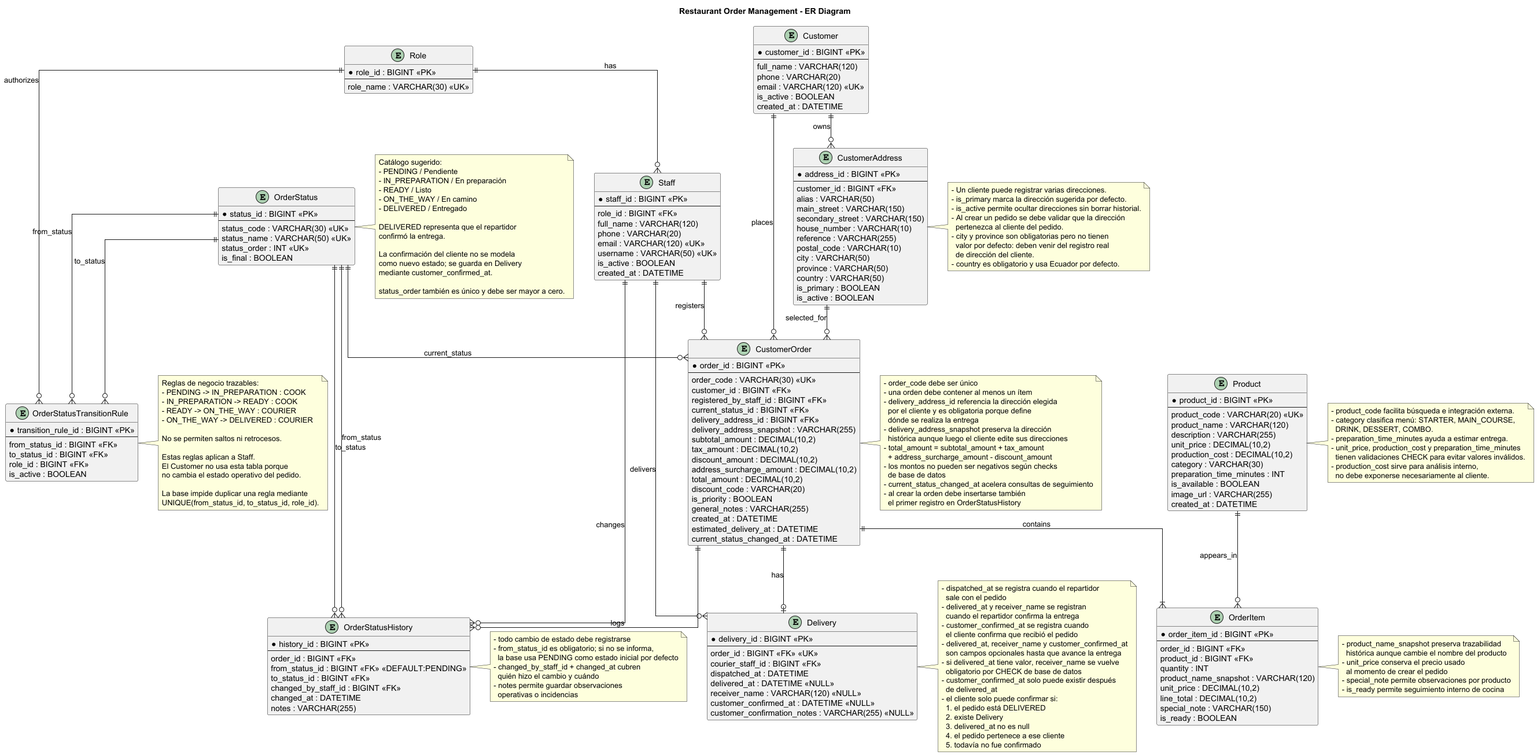
Before: assets/ER Diagram.png, a diagram exported from PlantUML (michael-lxndr/AP-first-bimester-project).
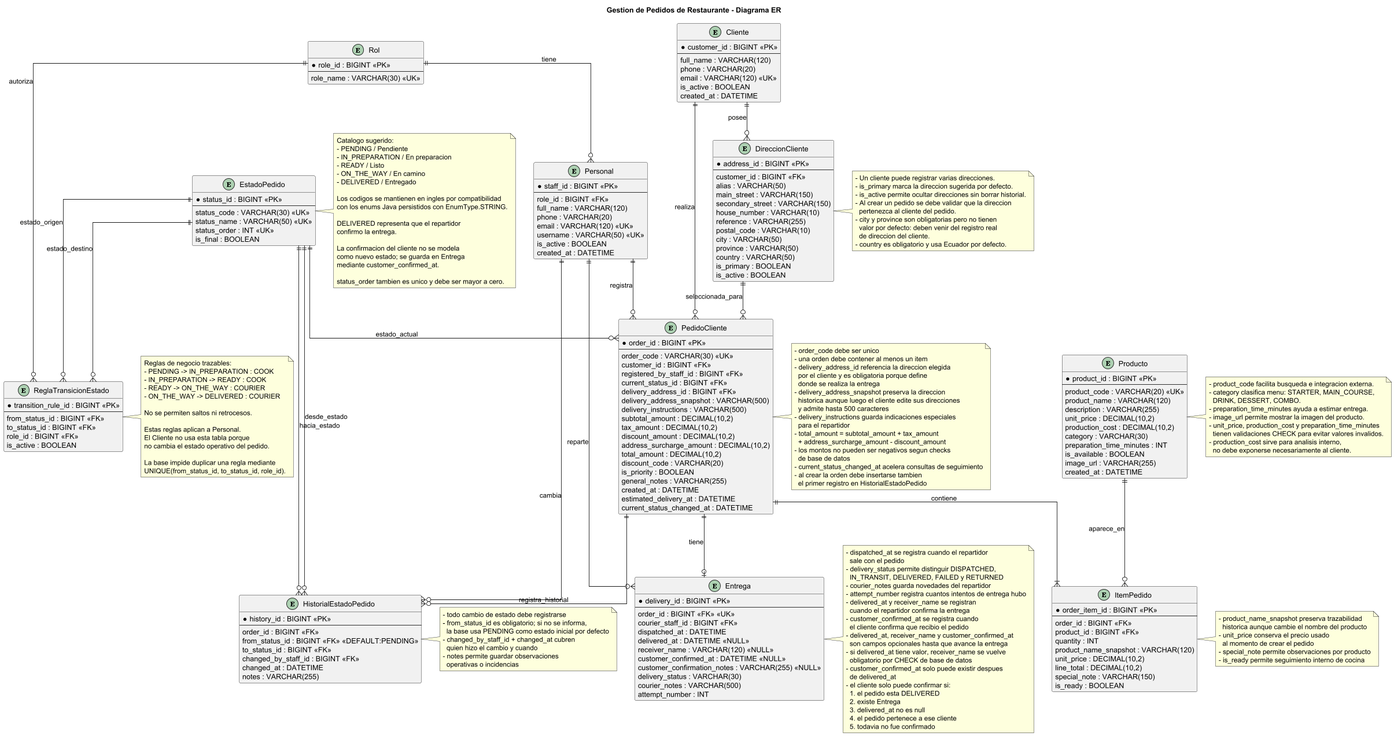
After the change.

Commit message:
refactor(database): translate schema and comments from English to Spanish, align with updated project language conventions

What changed in the source:
```diff
@@ -1,17 +1,17 @@
 @startuml ER Diagram
-title Restaurant Order Management - ER Diagram
+title Gestion de Pedidos de Restaurante - Diagrama ER
 
 hide methods
 hide stereotypes
 skinparam linetype ortho
 
-entity "Role" as Role {
+entity "Rol" as Role {
   *role_id : BIGINT <<PK>>
   --
   role_name : VARCHAR(30) <<UK>>
 }
 
-entity "Staff" as Staff {
+entity "Personal" as Staff {
   *staff_id : BIGINT <<PK>>
   --
   role_id : BIGINT <<FK>>
@@ -23,7 +23,7 @@
   created_at : DATETIME
 }
 
-entity "Customer" as Customer {
+entity "Cliente" as Customer {
   *customer_id : BIGINT <<PK>>
   --
   full_name : VARCHAR(120)
@@ -33,7 +33,7 @@
   created_at : DATETIME
 }
 
-entity "CustomerAddress" as CustomerAddress {
+entity "DireccionCliente" as CustomerAddress {
   *address_id : BIGINT <<PK>>
   --
   customer_id : BIGINT <<FK>>
@@ -50,7 +50,7 @@
   is_active : BOOLEAN
 }
 
-entity "Product" as Product {
+entity "Producto" as Product {
   *product_id : BIGINT <<PK>>
   --
   product_code : VARCHAR(20) <<UK>>
@@ -65,7 +65,7 @@
   created_at : DATETIME
 }
 
-entity "OrderStatus" as OrderStatus {
+entity "EstadoPedido" as OrderStatus {
   *status_id : BIGINT <<PK>>
   --
   status_code : VARCHAR(30) <<UK>>
@@ -74,7 +74,7 @@
   is_final : BOOLEAN
 }
 
-entity "OrderStatusTransitionRule" as OrderStatusTransitionRule {
+entity "ReglaTransicionEstado" as OrderStatusTransitionRule {
   *transition_rule_id : BIGINT <<PK>>
   --
   from_status_id : BIGINT <<FK>>
@@ -83,7 +83,7 @@
   is_active : BOOLEAN
 }
 
-entity "CustomerOrder" as CustomerOrder {
+entity "PedidoCliente" as CustomerOrder {
   *order_id : BIGINT <<PK>>
   --
   order_code : VARCHAR(30) <<UK>>
@@ -91,7 +91,8 @@
   registered_by_staff_id : BIGINT <<FK>>
   current_status_id : BIGINT <<FK>>
   delivery_address_id : BIGINT <<FK>>
-  delivery_address_snapshot : VARCHAR(255)
+  delivery_address_snapshot : VARCHAR(500)
+  delivery_instructions : VARCHAR(500)
   subtotal_amount : DECIMAL(10,2)
   tax_amount : DECIMAL(10,2)
   discount_amount : DECIMAL(10,2)
@@ -105,7 +106,7 @@
   current_status_changed_at : DATETIME
 }
 
-entity "OrderItem" as OrderItem {
+entity "ItemPedido" as OrderItem {
   *order_item_id : BIGINT <<PK>>
   --
   order_id : BIGINT <<FK>>
@@ -118,7 +119,7 @@
   is_ready : BOOLEAN
 }
 
-entity "OrderStatusHistory" as OrderStatusHistory {
+entity "HistorialEstadoPedido" as OrderStatusHistory {
   *history_id : BIGINT <<PK>>
   --
   order_id : BIGINT <<FK>>
@@ -129,7 +130,7 @@
   notes : VARCHAR(255)
 }
 
-entity "Delivery" as Delivery {
+entity "Entrega" as Delivery {
   *delivery_id : BIGINT <<PK>>
   --
   order_id : BIGINT <<FK>> <<UK>>
@@ -139,87 +140,97 @@
   receiver_name : VARCHAR(120) <<NULL>>
   customer_confirmed_at : DATETIME <<NULL>>
   customer_confirmation_notes : VARCHAR(255) <<NULL>>
+  delivery_status : VARCHAR(30)
+  courier_notes : VARCHAR(500)
+  attempt_number : INT
 }
 
-Role ||--o{ Staff : has
-Role ||--o{ OrderStatusTransitionRule : authorizes
+Role ||--o{ Staff : tiene
+Role ||--o{ OrderStatusTransitionRule : autoriza
 
-Customer ||--o{ CustomerOrder : places
-Customer ||--o{ CustomerAddress : owns
-CustomerAddress ||--o{ CustomerOrder : selected_for
+Customer ||--o{ CustomerOrder : realiza
+Customer ||--o{ CustomerAddress : posee
+CustomerAddress ||--o{ CustomerOrder : seleccionada_para
 
-Staff ||--o{ CustomerOrder : registers
-Staff ||--o{ OrderStatusHistory : changes
-Staff ||--o{ Delivery : delivers
+Staff ||--o{ CustomerOrder : registra
+Staff ||--o{ OrderStatusHistory : cambia
+Staff ||--o{ Delivery : reparte
 
-OrderStatus ||--o{ CustomerOrder : current_status
-OrderStatus ||--o{ OrderStatusTransitionRule : from_status
-OrderStatus ||--o{ OrderStatusTransitionRule : to_status
-OrderStatus ||--o{ OrderStatusHistory : from_status
-OrderStatus ||--o{ OrderStatusHistory : to_status
+OrderStatus ||--o{ CustomerOrder : estado_actual
+OrderStatus ||--o{ OrderStatusTransitionRule : estado_origen
+OrderStatus ||--o{ OrderStatusTransitionRule : estado_destino
+OrderStatus ||--o{ OrderStatusHistory : desde_estado
+OrderStatus ||--o{ OrderStatusHistory : hacia_estado
 
-CustomerOrder ||--|{ OrderItem : contains
-CustomerOrder ||--o{ OrderStatusHistory : logs
-CustomerOrder ||--o| Delivery : has
+CustomerOrder ||--|{ OrderItem : contiene
+CustomerOrder ||--o{ OrderStatusHistory : registra_historial
+CustomerOrder ||--o| Delivery : tiene
 
-Product ||--o{ OrderItem : appears_in
+Product ||--o{ OrderItem : aparece_en
 
 note right of CustomerOrder
-- order_code debe ser único
-- una orden debe contener al menos un ítem
-- delivery_address_id referencia la dirección elegida
+- order_code debe ser unico
+- una orden debe contener al menos un item
+- delivery_address_id referencia la direccion elegida
   por el cliente y es obligatoria porque define
-  dónde se realiza la entrega
-- delivery_address_snapshot preserva la dirección
-  histórica aunque luego el cliente edite sus direcciones
+  donde se realiza la entrega
+- delivery_address_snapshot preserva la direccion
+  historica aunque luego el cliente edite sus direcciones
+  y admite hasta 500 caracteres
+- delivery_instructions guarda indicaciones especiales
+  para el repartidor
 - total_amount = subtotal_amount + tax_amount
   + address_surcharge_amount - discount_amount
-- los montos no pueden ser negativos según checks
+- los montos no pueden ser negativos segun checks
   de base de datos
 - current_status_changed_at acelera consultas de seguimiento
-- al crear la orden debe insertarse también
-  el primer registro en OrderStatusHistory
+- al crear la orden debe insertarse tambien
+  el primer registro en HistorialEstadoPedido
 end note
 
 note right of CustomerAddress
 - Un cliente puede registrar varias direcciones.
-- is_primary marca la dirección sugerida por defecto.
+- is_primary marca la direccion sugerida por defecto.
 - is_active permite ocultar direcciones sin borrar historial.
-- Al crear un pedido se debe validar que la dirección
+- Al crear un pedido se debe validar que la direccion
   pertenezca al cliente del pedido.
 - city y province son obligatorias pero no tienen
   valor por defecto: deben venir del registro real
-  de dirección del cliente.
+  de direccion del cliente.
 - country es obligatorio y usa Ecuador por defecto.
 end note
 
 note right of Product
-- product_code facilita búsqueda e integración externa.
-- category clasifica menú: STARTER, MAIN_COURSE,
+- product_code facilita busqueda e integracion externa.
+- category clasifica menu: STARTER, MAIN_COURSE,
   DRINK, DESSERT, COMBO.
 - preparation_time_minutes ayuda a estimar entrega.
+- image_url permite mostrar la imagen del producto.
 - unit_price, production_cost y preparation_time_minutes
-  tienen validaciones CHECK para evitar valores inválidos.
-- production_cost sirve para análisis interno,
+  tienen validaciones CHECK para evitar valores invalidos.
+- production_cost sirve para analisis interno,
   no debe exponerse necesariamente al cliente.
 end note
 
 note right of OrderStatus
-Catálogo sugerido:
+Catalogo sugerido:
 - PENDING / Pendiente
-- IN_PREPARATION / En preparación
+- IN_PREPARATION / En preparacion
 - READY / Listo
 - ON_THE_WAY / En camino
 - DELIVERED / Entregado
 
+Los codigos se mantienen en ingles por compatibilidad
+con los enums Java persistidos con EnumType.STRING.
+
 DELIVERED representa que el repartidor
-confirmó la entrega.
+confirmo la entrega.
 
-La confirmación del cliente no se modela
-como nuevo estado; se guarda en Delivery
+La confirmacion del cliente no se modela
+como nuevo estado; se guarda en Entrega
 mediante customer_confirmed_at.
 
-status_order también es único y debe ser mayor a cero.
+status_order tambien es unico y debe ser mayor a cero.
 end note
 
 note right of OrderStatusTransitionRule
@@ -231,8 +242,8 @@
 
 No se permiten saltos ni retrocesos.
 
-Estas reglas aplican a Staff.
-El Customer no usa esta tabla porque
+Estas reglas aplican a Personal.
+El Cliente no usa esta tabla porque
 no cambia el estado operativo del pedido.
 
 La base impide duplicar una regla mediante
@@ -244,14 +255,14 @@
 - from_status_id es obligatorio; si no se informa,
   la base usa PENDING como estado inicial por defecto
 - changed_by_staff_id + changed_at cubren
-  quién hizo el cambio y cuándo
+  quien hizo el cambio y cuando
 - notes permite guardar observaciones
   operativas o incidencias
 end note
 
 note right of OrderItem
 - product_name_snapshot preserva trazabilidad
-  histórica aunque cambie el nombre del producto
+  historica aunque cambie el nombre del producto
 - unit_price conserva el precio usado
   al momento de crear el pedido
 - special_note permite observaciones por producto
@@ -261,22 +272,26 @@
 note right of Delivery
 - dispatched_at se registra cuando el repartidor
   sale con el pedido
+- delivery_status permite distinguir DISPATCHED,
+  IN_TRANSIT, DELIVERED, FAILED y RETURNED
+- courier_notes guarda novedades del repartidor
+- attempt_number registra cuantos intentos de entrega hubo
 - delivered_at y receiver_name se registran
   cuando el repartidor confirma la entrega
 - customer_confirmed_at se registra cuando
-  el cliente confirma que recibió el pedido
+  el cliente confirma que recibio el pedido
 - delivered_at, receiver_name y customer_confirmed_at
   son campos opcionales hasta que avance la entrega
 - si delivered_at tiene valor, receiver_name se vuelve
   obligatorio por CHECK de base de datos
-- customer_confirmed_at solo puede existir después
+- customer_confirmed_at solo puede existir despues
   de delivered_at
 - el cliente solo puede confirmar si:
-  1. el pedido está DELIVERED
-  2. existe Delivery
+  1. el pedido esta DELIVERED
+  2. existe Entrega
   3. delivered_at no es null
   4. el pedido pertenece a ese cliente
-  5. todavía no fue confirmado
+  5. todavia no fue confirmado
 end note
 
 @enduml
```
